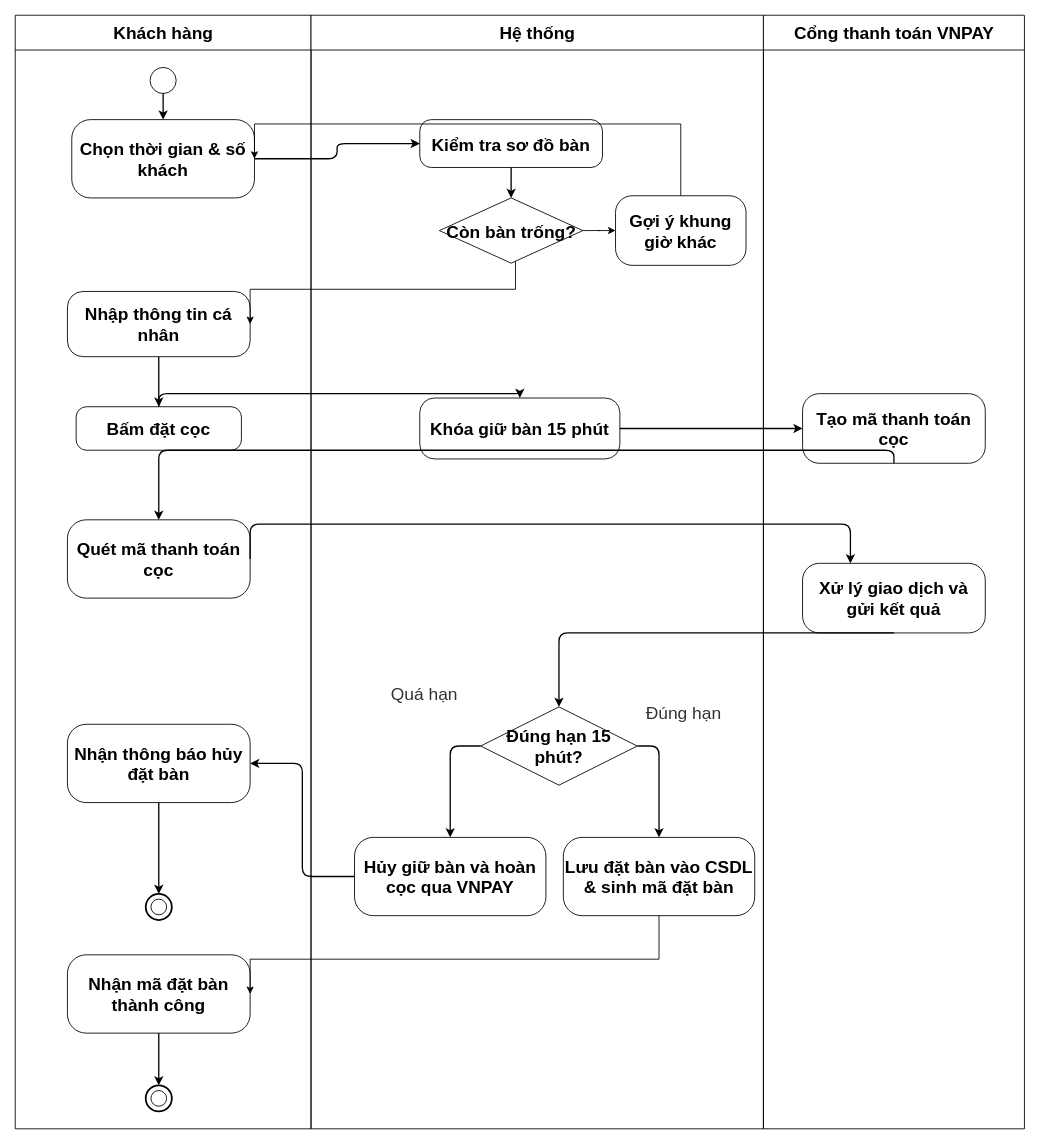
Earlier version of the draw.io diagram docs/phase1/drawio/ad01_reservation_deposit.drawio (AndrewQng/VinDining). Source tidied: cells renumbered, new cells numbered last; positions are measured from the earlier drawing's top-left corner, leaving out a move shared by most shapes. Both pictures are drawn from the tidied source at 87%, with x=0, y=0 at pixel (15, 15).
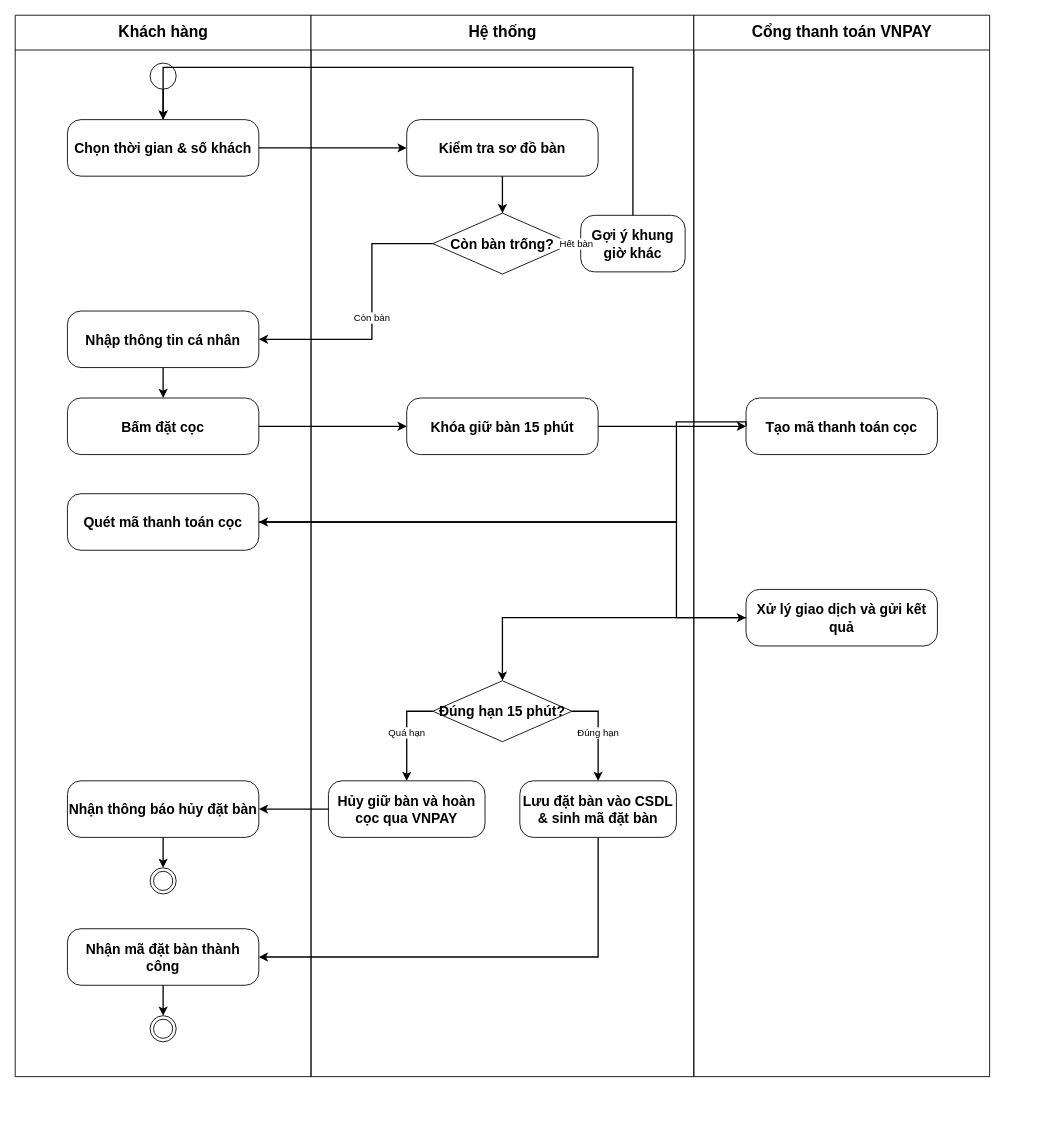
Above is the later version.

Commit message:
fix(ad01): can chinh toa do cac node va mui ten thang hang chuan xac

Diff of the diagram source:
```diff
@@
-    <mxCell id="2" value="Khách hàng" style="swimlane;html=1;startSize=40;horizontal=1;fontStyle=1;fontSize=20;align=center;verticalAlign=middle;swimlaneLine=1;" parent="1" vertex="1">
-      <mxGeometry width="340" height="1280" as="geometry" />
+    <mxCell id="2" value="Khách hàng" style="swimlane;html=1;startSize=40;horizontal=1;fontStyle=1;fontSize=18;align=center;verticalAlign=middle;swimlaneLine=1;" parent="1" vertex="1">
+      <mxGeometry width="340" height="1220" as="geometry" />
     </mxCell>
-    <mxCell id="3" style="ellipse;whiteSpace=wrap;html=1;fontSize=20;" parent="2" vertex="1">
-      <mxGeometry x="155" y="60" width="30" height="30" as="geometry" />
+    <mxCell id="3" style="ellipse;whiteSpace=wrap;html=1;fontSize=18;" parent="2" vertex="1">
+      <mxGeometry x="155" y="55" width="30" height="30" as="geometry" />
     </mxCell>
-    <mxCell id="4" value="Chọn thời gian &amp;amp; số khách" style="rounded=1;arcSize=24;whiteSpace=wrap;html=1;fontStyle=1;fontSize=20;align=center;verticalAlign=middle;" parent="2" vertex="1">
-      <mxGeometry x="65" y="120" width="210" height="90" as="geometry" />
+    <mxCell id="4" value="Chọn thời gian &amp;amp; số khách" style="rounded=1;arcSize=24;whiteSpace=wrap;html=1;fontStyle=1;fontSize=16;align=center;verticalAlign=middle;" parent="2" vertex="1">
+      <mxGeometry x="60" y="120" width="220" height="65" as="geometry" />
     </mxCell>
-    <mxCell id="5" value="Nhập thông tin cá nhân" style="rounded=1;arcSize=24;whiteSpace=wrap;html=1;fontStyle=1;fontSize=20;align=center;verticalAlign=middle;" parent="2" vertex="1">
-      <mxGeometry x="60" y="317.5" width="210" height="75" as="geometry" />
+    <mxCell id="5" value="Nhập thông tin cá nhân" style="rounded=1;arcSize=24;whiteSpace=wrap;html=1;fontStyle=1;fontSize=16;align=center;verticalAlign=middle;" parent="2" vertex="1">
+      <mxGeometry x="60" y="340" width="220" height="65" as="geometry" />
     </mxCell>
-    <mxCell id="6" value="Bấm đặt cọc" style="rounded=1;arcSize=24;whiteSpace=wrap;html=1;fontStyle=1;fontSize=20;align=center;verticalAlign=middle;" parent="2" vertex="1">
-      <mxGeometry x="70" y="450" width="190" height="50" as="geometry" />
+    <mxCell id="6" value="Bấm đặt cọc" style="rounded=1;arcSize=24;whiteSpace=wrap;html=1;fontStyle=1;fontSize=16;align=center;verticalAlign=middle;" parent="2" vertex="1">
+      <mxGeometry x="60" y="440" width="220" height="65" as="geometry" />
     </mxCell>
-    <mxCell id="7" style="edgeStyle=orthogonalEdgeStyle;rounded=1;jettySize=auto;html=1;strokeWidth=1.5;fontSize=20;fontColor=#333333;" parent="2" edge="1" source="5" target="6">
-      <mxGeometry relative="1" as="geometry" />
-    </mxCell>
-    <mxCell id="8" value="Quét mã thanh toán cọc" style="rounded=1;arcSize=24;whiteSpace=wrap;html=1;fontStyle=1;fontSize=20;align=center;verticalAlign=middle;" parent="2" vertex="1">
-      <mxGeometry x="60" y="580" width="210" height="90" as="geometry" />
+    <mxCell id="8" value="Quét mã thanh toán cọc" style="rounded=1;arcSize=24;whiteSpace=wrap;html=1;fontStyle=1;fontSize=16;align=center;verticalAlign=middle;" parent="2" vertex="1">
+      <mxGeometry x="60" y="550" width="220" height="65" as="geometry" />
     </mxCell>
-    <mxCell id="9" value="Nhận thông báo hủy đặt bàn" style="rounded=1;arcSize=24;whiteSpace=wrap;html=1;fontStyle=1;fontSize=20;align=center;verticalAlign=middle;fontColor=#000000;" parent="2" vertex="1">
-      <mxGeometry x="60" y="815" width="210" height="90" as="geometry" />
+    <mxCell id="9" value="Nhận thông báo hủy đặt bàn" style="rounded=1;arcSize=24;whiteSpace=wrap;html=1;fontStyle=1;fontSize=16;align=center;verticalAlign=middle;" parent="2" vertex="1">
+      <mxGeometry x="60" y="880" width="220" height="65" as="geometry" />
     </mxCell>
+    <mxCell id="43" style="ellipse;html=1;shape=endState;fontSize=18;" parent="2" vertex="1">
+      <mxGeometry x="155" y="980" width="30" height="30" as="geometry" />
+    </mxCell>
-    <mxCell id="10" value="Nhận mã đặt bàn thành công" style="rounded=1;arcSize=24;whiteSpace=wrap;html=1;fontStyle=1;fontSize=20;align=center;verticalAlign=middle;" parent="2" vertex="1">
-      <mxGeometry x="60" y="1080" width="210" height="90" as="geometry" />
+    <mxCell id="10" value="Nhận mã đặt bàn thành công" style="rounded=1;arcSize=24;whiteSpace=wrap;html=1;fontStyle=1;fontSize=16;align=center;verticalAlign=middle;" parent="2" vertex="1">
+      <mxGeometry x="60" y="1050" width="220" height="65" as="geometry" />
     </mxCell>
-    <mxCell id="11" style="ellipse;whiteSpace=wrap;html=1;strokeWidth=2;fontSize=20;" parent="2" vertex="1">
-      <mxGeometry x="150" y="1230" width="30" height="30" as="geometry" />
-    </mxCell>
-    <mxCell id="12" style="ellipse;whiteSpace=wrap;html=1;fontSize=20;" parent="2" vertex="1">
-      <mxGeometry x="156" y="1236" width="18" height="18" as="geometry" />
-    </mxCell>
-    <mxCell id="13" style="edgeStyle=orthogonalEdgeStyle;rounded=1;jettySize=auto;html=1;strokeWidth=1.5;fontSize=20;fontColor=#333333;" parent="2" edge="1" source="10" target="11">
-      <mxGeometry relative="1" as="geometry" />
-    </mxCell>
-    <mxCell id="14" style="ellipse;whiteSpace=wrap;html=1;strokeWidth=2;fontSize=20;" parent="2" vertex="1">
-      <mxGeometry x="150" y="1010" width="30" height="30" as="geometry" />
-    </mxCell>
-    <mxCell id="15" style="ellipse;whiteSpace=wrap;html=1;fontSize=20;" parent="2" vertex="1">
-      <mxGeometry x="156" y="1016" width="18" height="18" as="geometry" />
-    </mxCell>
-    <mxCell id="16" style="edgeStyle=orthogonalEdgeStyle;rounded=1;jettySize=auto;html=1;strokeWidth=1.5;fontSize=20;fontColor=#333333;" parent="2" edge="1" source="9" target="14">
-      <mxGeometry relative="1" as="geometry" />
-    </mxCell>
+    <mxCell id="44" style="ellipse;html=1;shape=endState;fontSize=18;" parent="2" vertex="1">
+      <mxGeometry x="155" y="1150" width="30" height="30" as="geometry" />
+    </mxCell>
+    <mxCell id="31" style="edgeStyle=orthogonalEdgeStyle;rounded=0;strokeWidth=1.5;html=1;exitX=0.5;exitY=1;entryX=0.5;entryY=0;" parent="2" edge="1" source="3" target="4">
+      <mxGeometry relative="1" as="geometry" />
+    </mxCell>
+    <mxCell id="7" style="edgeStyle=orthogonalEdgeStyle;rounded=0;strokeWidth=1.5;html=1;exitX=0.5;exitY=1;entryX=0.5;entryY=0;" parent="2" edge="1" source="5" target="6">
+      <mxGeometry relative="1" as="geometry" />
+    </mxCell>
+    <mxCell id="45" style="edgeStyle=orthogonalEdgeStyle;rounded=0;strokeWidth=1.5;html=1;exitX=0.5;exitY=1;entryX=0.5;entryY=0;" parent="2" edge="1" source="9" target="43">
+      <mxGeometry relative="1" as="geometry" />
+    </mxCell>
+    <mxCell id="46" style="edgeStyle=orthogonalEdgeStyle;rounded=0;strokeWidth=1.5;html=1;exitX=0.5;exitY=1;entryX=0.5;entryY=0;" parent="2" edge="1" source="10" target="44">
+      <mxGeometry relative="1" as="geometry" />
+    </mxCell>
-    <mxCell id="17" value="Hệ thống" style="swimlane;html=1;startSize=40;horizontal=1;fontStyle=1;fontSize=20;align=center;verticalAlign=middle;swimlaneLine=1;" parent="1" vertex="1">
-      <mxGeometry x="340" width="520" height="1280" as="geometry" />
+    <mxCell id="17" value="Hệ thống" style="swimlane;html=1;startSize=40;horizontal=1;fontStyle=1;fontSize=18;align=center;verticalAlign=middle;swimlaneLine=1;" parent="1" vertex="1">
+      <mxGeometry x="340" width="440" height="1220" as="geometry" />
     </mxCell>
-    <mxCell id="18" value="Kiểm tra sơ đồ bàn" style="rounded=1;arcSize=24;whiteSpace=wrap;html=1;fontStyle=1;fontSize=20;align=center;verticalAlign=middle;" parent="17" vertex="1">
-      <mxGeometry x="125" y="120" width="210" height="55" as="geometry" />
+    <mxCell id="18" value="Kiểm tra sơ đồ bàn" style="rounded=1;arcSize=24;whiteSpace=wrap;html=1;fontStyle=1;fontSize=16;align=center;verticalAlign=middle;" parent="17" vertex="1">
+      <mxGeometry x="110" y="120" width="220" height="65" as="geometry" />
     </mxCell>
-    <mxCell id="19" style="edgeStyle=orthogonalEdgeStyle;rounded=0;jettySize=auto;html=1;" parent="17" edge="1" source="20" target="21">
-      <mxGeometry relative="1" as="geometry" />
-    </mxCell>
-    <mxCell id="20" value="Còn bàn trống?" style="rhombus;whiteSpace=wrap;html=1;fontStyle=1;fontSize=20;align=center;verticalAlign=middle;" parent="17" vertex="1">
-      <mxGeometry x="147.5" y="210" width="165" height="75" as="geometry" />
+    <mxCell id="20" value="Còn bàn trống?" style="rhombus;whiteSpace=wrap;html=1;fontStyle=1;fontSize=16;align=center;verticalAlign=middle;" parent="17" vertex="1">
+      <mxGeometry x="140" y="227.5" width="160" height="70" as="geometry" />
     </mxCell>
-    <mxCell id="21" value="Gợi ý khung giờ khác" style="rounded=1;arcSize=24;whiteSpace=wrap;html=1;fontStyle=1;fontSize=20;align=center;verticalAlign=middle;" parent="17" vertex="1">
-      <mxGeometry x="350" y="207.5" width="150" height="80" as="geometry" />
+    <mxCell id="21" value="Gợi ý khung giờ khác" style="rounded=1;arcSize=24;whiteSpace=wrap;html=1;fontStyle=1;fontSize=16;align=center;verticalAlign=middle;" parent="17" vertex="1">
+      <mxGeometry x="310" y="230" width="120" height="65" as="geometry" />
     </mxCell>
-    <mxCell id="22" value="Khóa giữ bàn 15 phút" style="rounded=1;arcSize=24;whiteSpace=wrap;html=1;fontStyle=1;fontSize=20;align=center;verticalAlign=middle;" parent="17" vertex="1">
-      <mxGeometry x="125" y="440" width="230" height="70" as="geometry" />
+    <mxCell id="22" value="Khóa giữ bàn 15 phút" style="rounded=1;arcSize=24;whiteSpace=wrap;html=1;fontStyle=1;fontSize=16;align=center;verticalAlign=middle;" parent="17" vertex="1">
+      <mxGeometry x="110" y="440" width="220" height="65" as="geometry" />
     </mxCell>
-    <mxCell id="23" value="Đúng hạn 15 phút?" style="rhombus;whiteSpace=wrap;html=1;fontStyle=1;fontSize=20;align=center;verticalAlign=middle;" parent="17" vertex="1">
-      <mxGeometry x="195" y="795" width="180" height="90" as="geometry" />
+    <mxCell id="23" value="Đúng hạn 15 phút?" style="rhombus;whiteSpace=wrap;html=1;fontStyle=1;fontSize=16;align=center;verticalAlign=middle;" parent="17" vertex="1">
+      <mxGeometry x="140" y="765" width="160" height="70" as="geometry" />
     </mxCell>
-    <mxCell id="24" value="Hủy giữ bàn và hoàn cọc qua VNPAY" style="rounded=1;arcSize=24;whiteSpace=wrap;html=1;fontStyle=1;fontSize=20;align=center;verticalAlign=middle;" parent="17" vertex="1">
-      <mxGeometry x="50" y="945" width="220" height="90" as="geometry" />
+    <mxCell id="24" value="Hủy giữ bàn và hoàn cọc qua VNPAY" style="rounded=1;arcSize=24;whiteSpace=wrap;html=1;fontStyle=1;fontSize=16;align=center;verticalAlign=middle;" parent="17" vertex="1">
+      <mxGeometry x="20" y="880" width="180" height="65" as="geometry" />
     </mxCell>
-    <mxCell id="25" value="Lưu đặt bàn vào CSDL &amp;amp; sinh mã đặt bàn" style="rounded=1;arcSize=24;whiteSpace=wrap;html=1;fontStyle=1;fontSize=20;align=center;verticalAlign=middle;" parent="17" vertex="1">
-      <mxGeometry x="290" y="945" width="220" height="90" as="geometry" />
+    <mxCell id="25" value="Lưu đặt bàn vào CSDL &amp;amp; sinh mã đặt bàn" style="rounded=1;arcSize=24;whiteSpace=wrap;html=1;fontStyle=1;fontSize=16;align=center;verticalAlign=middle;" parent="17" vertex="1">
+      <mxGeometry x="240" y="880" width="180" height="65" as="geometry" />
     </mxCell>
+    <mxCell id="33" style="edgeStyle=orthogonalEdgeStyle;rounded=0;strokeWidth=1.5;html=1;exitX=0.5;exitY=1;entryX=0.5;entryY=0;" parent="17" edge="1" source="18" target="20">
+      <mxGeometry relative="1" as="geometry" />
+    </mxCell>
+    <mxCell id="19" value="Hết bàn" style="edgeStyle=orthogonalEdgeStyle;rounded=0;strokeWidth=1.5;html=1;exitX=1;exitY=0.5;entryX=0;entryY=0.5;" parent="17" edge="1" source="20" target="21">
+      <mxGeometry relative="1" as="geometry" />
+    </mxCell>
+    <mxCell id="27" value="Quá hạn" style="edgeStyle=orthogonalEdgeStyle;rounded=0;strokeWidth=1.5;html=1;exitX=0;exitY=0.5;entryX=0.5;entryY=0;" parent="17" edge="1" source="23" target="24">
+      <mxGeometry relative="1" as="geometry">
+        <Array as="points">
+          <mxPoint x="110" y="800" />
+        </Array>
+      </mxGeometry>
+    </mxCell>
-    <mxCell id="26" value="Đúng hạn" style="edgeStyle=orthogonalEdgeStyle;rounded=1;jettySize=auto;html=1;strokeWidth=1.5;fontSize=20;fontColor=#333333;exitX=1;exitY=0.5;entryX=0.5;entryY=0;" parent="17" edge="1" source="23" target="25">
-      <mxGeometry x="-0.56" y="51" relative="1" as="geometry">
+    <mxCell id="26" value="Đúng hạn" style="edgeStyle=orthogonalEdgeStyle;rounded=0;strokeWidth=1.5;html=1;exitX=1;exitY=0.5;entryX=0.5;entryY=0;" parent="17" edge="1" source="23" target="25">
+      <mxGeometry relative="1" as="geometry">
         <Array as="points">
-          <mxPoint x="400" y="840" />
+          <mxPoint x="330" y="800" />
         </Array>
-        <mxPoint x="-23" y="-42" as="offset" />
       </mxGeometry>
     </mxCell>
-    <mxCell id="27" value="Quá hạn" style="edgeStyle=orthogonalEdgeStyle;rounded=1;jettySize=auto;html=1;strokeWidth=1.5;fontSize=20;fontColor=#333333;exitX=0;exitY=0.5;entryX=0.5;entryY=0;" parent="17" edge="1" source="23" target="24">
-      <mxGeometry x="-0.47" y="-69" relative="1" as="geometry">
-        <Array as="points">
-          <mxPoint x="160" y="840" />
-        </Array>
-        <mxPoint x="39" y="-62" as="offset" />
-      </mxGeometry>
-    </mxCell>
-    <mxCell id="28" value="Cổng thanh toán VNPAY" style="swimlane;html=1;startSize=40;horizontal=1;fontStyle=1;fontSize=20;align=center;verticalAlign=middle;swimlaneLine=1;" parent="1" vertex="1">
-      <mxGeometry x="860" width="300" height="1280" as="geometry" />
+    <mxCell id="28" value="Cổng thanh toán VNPAY" style="swimlane;html=1;startSize=40;horizontal=1;fontStyle=1;fontSize=18;align=center;verticalAlign=middle;swimlaneLine=1;" parent="1" vertex="1">
+      <mxGeometry x="780" width="340" height="1220" as="geometry" />
     </mxCell>
-    <mxCell id="29" value="Tạo mã thanh toán cọc" style="rounded=1;arcSize=24;whiteSpace=wrap;html=1;fontStyle=1;fontSize=20;align=center;verticalAlign=middle;" parent="28" vertex="1">
-      <mxGeometry x="45" y="435" width="210" height="80" as="geometry" />
+    <mxCell id="29" value="Tạo mã thanh toán cọc" style="rounded=1;arcSize=24;whiteSpace=wrap;html=1;fontStyle=1;fontSize=16;align=center;verticalAlign=middle;" parent="28" vertex="1">
+      <mxGeometry x="60" y="440" width="220" height="65" as="geometry" />
     </mxCell>
-    <mxCell id="30" value="Xử lý giao dịch và gửi kết quả" style="rounded=1;arcSize=24;whiteSpace=wrap;html=1;fontStyle=1;fontSize=20;align=center;verticalAlign=middle;" parent="28" vertex="1">
-      <mxGeometry x="45" y="630" width="210" height="80" as="geometry" />
+    <mxCell id="30" value="Xử lý giao dịch và gửi kết quả" style="rounded=1;arcSize=24;whiteSpace=wrap;html=1;fontStyle=1;fontSize=16;align=center;verticalAlign=middle;" parent="28" vertex="1">
+      <mxGeometry x="60" y="660" width="220" height="65" as="geometry" />
     </mxCell>
-    <mxCell id="31" style="edgeStyle=orthogonalEdgeStyle;rounded=1;jettySize=auto;html=1;strokeWidth=1.5;fontSize=20;fontColor=#333333;" parent="1" edge="1" source="3" target="4">
-      <mxGeometry relative="1" as="geometry" />
-    </mxCell>
-    <mxCell id="32" style="edgeStyle=orthogonalEdgeStyle;rounded=1;jettySize=auto;html=1;strokeWidth=1.5;fontSize=20;fontColor=#333333;" parent="1" edge="1" source="4" target="18">
+    <mxCell id="32" style="edgeStyle=orthogonalEdgeStyle;rounded=0;strokeWidth=1.5;html=1;exitX=1;exitY=0.5;entryX=0;entryY=0.5;" parent="1" edge="1" source="4" target="18">
       <mxGeometry relative="1" as="geometry" />
     </mxCell>
-    <mxCell id="33" style="edgeStyle=orthogonalEdgeStyle;rounded=1;jettySize=auto;html=1;strokeWidth=1.5;fontSize=20;fontColor=#333333;" parent="1" edge="1" source="18" target="20">
-      <mxGeometry relative="1" as="geometry" />
-    </mxCell>
+    <mxCell id="41" style="edgeStyle=orthogonalEdgeStyle;rounded=0;strokeWidth=1.5;html=1;exitX=0.5;exitY=0;entryX=0.5;entryY=0;" parent="1" edge="1" source="21" target="4">
+      <mxGeometry relative="1" as="geometry">
+        <Array as="points">
+          <mxPoint x="710" y="60" />
+          <mxPoint x="170" y="60" />
+        </Array>
+      </mxGeometry>
+    </mxCell>
+    <mxCell id="42" value="Còn bàn" style="edgeStyle=orthogonalEdgeStyle;rounded=0;strokeWidth=1.5;html=1;exitX=0;exitY=0.5;entryX=1;entryY=0.5;" parent="1" edge="1" source="20" target="5">
+      <mxGeometry relative="1" as="geometry">
+        <Array as="points">
+          <mxPoint x="410" y="262.5" />
+          <mxPoint x="410" y="372.5" />
+        </Array>
+      </mxGeometry>
+    </mxCell>
-    <mxCell id="34" style="edgeStyle=orthogonalEdgeStyle;rounded=1;jettySize=auto;html=1;strokeWidth=1.5;fontSize=20;fontColor=#333333;" parent="1" edge="1" source="6" target="22">
-      <mxGeometry relative="1" as="geometry">
-        <Array as="points">
-          <mxPoint x="360" y="435" />
-          <mxPoint x="360" y="435" />
-        </Array>
-      </mxGeometry>
+    <mxCell id="34" style="edgeStyle=orthogonalEdgeStyle;rounded=0;strokeWidth=1.5;html=1;exitX=1;exitY=0.5;entryX=0;entryY=0.5;" parent="1" edge="1" source="6" target="22">
+      <mxGeometry relative="1" as="geometry" />
     </mxCell>
-    <mxCell id="35" style="edgeStyle=orthogonalEdgeStyle;rounded=1;jettySize=auto;html=1;strokeWidth=1.5;fontSize=20;fontColor=#333333;" parent="1" edge="1" source="22" target="29">
+    <mxCell id="35" style="edgeStyle=orthogonalEdgeStyle;rounded=0;strokeWidth=1.5;html=1;exitX=1;exitY=0.5;entryX=0;entryY=0.5;" parent="1" edge="1" source="22" target="29">
       <mxGeometry relative="1" as="geometry" />
     </mxCell>
-    <mxCell id="36" style="edgeStyle=orthogonalEdgeStyle;rounded=1;jettySize=auto;html=1;strokeWidth=1.5;fontSize=20;fontColor=#333333;exitX=0.5;exitY=1;exitDx=0;exitDy=0;" parent="1" edge="1" source="29" target="8">
+    <mxCell id="36" style="edgeStyle=orthogonalEdgeStyle;rounded=0;strokeWidth=1.5;html=1;exitX=0;exitY=0.5;entryX=1;entryY=0.5;" parent="1" edge="1" source="29" target="8">
       <mxGeometry relative="1" as="geometry">
         <Array as="points">
-          <mxPoint x="1010" y="500" />
-          <mxPoint x="165" y="500" />
+          <mxPoint x="760" y="467.5" />
+          <mxPoint x="760" y="582.5" />
         </Array>
       </mxGeometry>
     </mxCell>
-    <mxCell id="37" style="edgeStyle=orthogonalEdgeStyle;rounded=1;jettySize=auto;html=1;strokeWidth=1.5;fontSize=20;fontColor=#333333;exitX=1;exitY=0.5;" parent="1" edge="1" source="8" target="30">
+    <mxCell id="37" style="edgeStyle=orthogonalEdgeStyle;rounded=0;strokeWidth=1.5;html=1;exitX=1;exitY=0.5;entryX=0;entryY=0.5;" parent="1" edge="1" source="8" target="30">
       <mxGeometry relative="1" as="geometry">
         <Array as="points">
-          <mxPoint x="960" y="585" />
+          <mxPoint x="760" y="582.5" />
+          <mxPoint x="760" y="692.5" />
         </Array>
       </mxGeometry>
     </mxCell>
+    <mxCell id="40" style="edgeStyle=orthogonalEdgeStyle;rounded=0;strokeWidth=1.5;html=1;exitX=0;exitY=0.5;entryX=0.5;entryY=0;" parent="1" edge="1" source="30" target="23">
+      <mxGeometry relative="1" as="geometry">
+        <Array as="points">
+          <mxPoint x="560" y="692.5" />
+        </Array>
+      </mxGeometry>
+    </mxCell>
-    <mxCell id="38" style="edgeStyle=orthogonalEdgeStyle;rounded=1;jettySize=auto;html=1;strokeWidth=1.5;fontSize=20;fontColor=#333333;exitX=0;exitY=0.5;entryX=1;entryY=0.5;" parent="1" edge="1" source="24" target="9">
+    <mxCell id="38" style="edgeStyle=orthogonalEdgeStyle;rounded=0;strokeWidth=1.5;html=1;exitX=0;exitY=0.5;entryX=1;entryY=0.5;" parent="1" edge="1" source="24" target="9">
       <mxGeometry relative="1" as="geometry" />
     </mxCell>
-    <mxCell id="39" style="edgeStyle=orthogonalEdgeStyle;rounded=0;jettySize=auto;html=1;entryX=1;entryY=0.5;" parent="1" edge="1" source="25" target="10">
+    <mxCell id="39" style="edgeStyle=orthogonalEdgeStyle;rounded=0;strokeWidth=1.5;html=1;exitX=0.5;exitY=1;entryX=1;entryY=0.5;" parent="1" edge="1" source="25" target="10">
       <mxGeometry relative="1" as="geometry">
         <Array as="points">
-          <mxPoint x="740" y="1085" />
+          <mxPoint x="670" y="1082.5" />
         </Array>
       </mxGeometry>
     </mxCell>
-    <mxCell id="40" style="edgeStyle=orthogonalEdgeStyle;rounded=1;jettySize=auto;html=1;strokeWidth=1.5;fontSize=20;fontColor=#333333;exitX=0.5;exitY=1;entryX=0.5;entryY=0;" parent="1" edge="1" source="30" target="23">
-      <mxGeometry relative="1" as="geometry">
-        <Array as="points">
-          <mxPoint x="1010" y="710" />
-          <mxPoint x="625" y="710" />
-        </Array>
-      </mxGeometry>
-    </mxCell>
-    <mxCell id="41" style="edgeStyle=orthogonalEdgeStyle;rounded=0;jettySize=auto;html=1;entryX=1;entryY=0.5;" parent="1" edge="1" source="21" target="4">
-      <mxGeometry relative="1" as="geometry">
-        <Array as="points">
-          <mxPoint x="765" y="125" />
-        </Array>
-      </mxGeometry>
-    </mxCell>
-    <mxCell id="42" style="edgeStyle=orthogonalEdgeStyle;rounded=0;jettySize=auto;html=1;entryX=1;entryY=0.5;" parent="1" edge="1" source="20" target="5">
-      <mxGeometry relative="1" as="geometry">
-        <Array as="points">
-          <mxPoint x="575" y="315" />
-        </Array>
-      </mxGeometry>
-    </mxCell>
```
